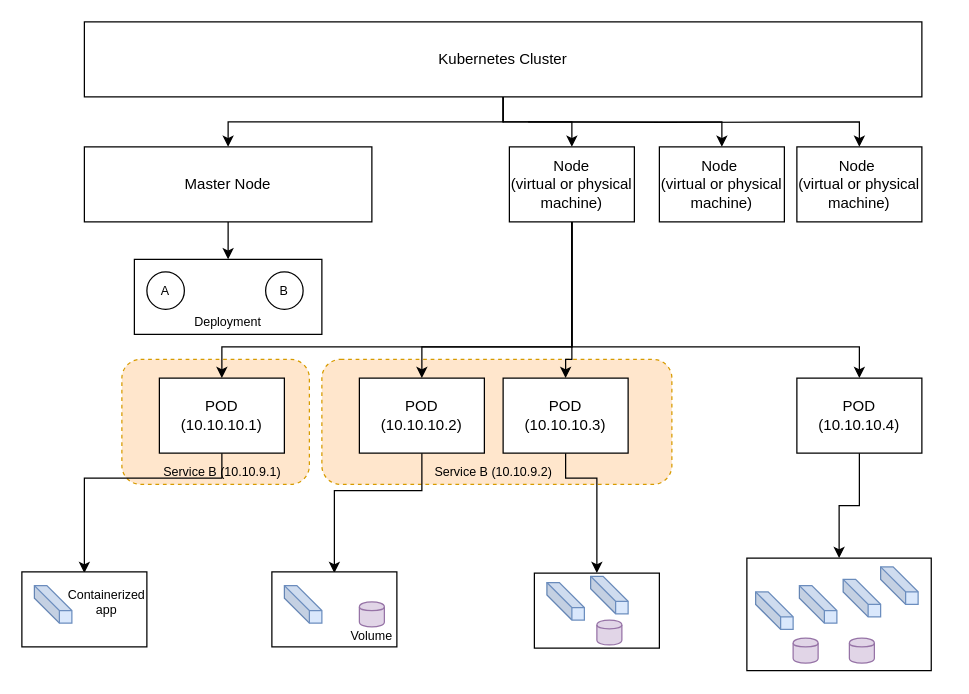
Before: page "Kubernetes_Cluster" (2 of 2) of kubernetes/Kubernetes_Cluster.drawio in micheal08/mylearningdata, a draw.io diagram. Source tidied: cells renumbered, new cells numbered last; positions are measured from the earlier drawing's top-left corner, leaving out a move shared by most shapes. Both pictures are drawn from the tidied source at 125%, with x=0, y=0 at pixel (21, 21).
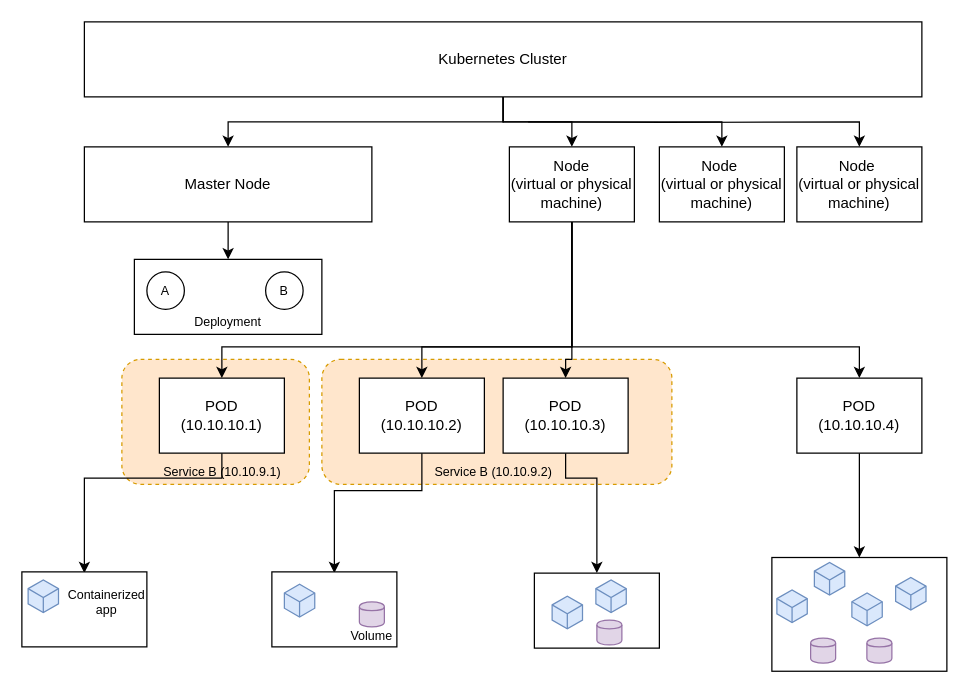
The same page after the edit.

Commit message:
Container image updated in k8s cluster page

Change to the diagram source:
```diff
@@
-    <mxCell id="28" style="shape=cube;whiteSpace=wrap;html=1;boundedLbl=1;backgroundOutline=1;darkOpacity=0.05;darkOpacity2=0.1;align=center;fillColor=#dae8fc;strokeColor=#6c8ebf;" parent="1" vertex="1">
-      <mxGeometry x="10" y="451" width="30" height="30" as="geometry" />
-    </mxCell>
     <mxCell id="29" style="rounded=0;whiteSpace=wrap;html=1;align=center;" parent="1" vertex="1">
-      <mxGeometry x="580" y="429" width="147.5" height="90" as="geometry" />
+      <mxGeometry x="600" y="428.5" width="140" height="91" as="geometry" />
     </mxCell>
-    <mxCell id="30" style="shape=cube;whiteSpace=wrap;html=1;boundedLbl=1;backgroundOutline=1;darkOpacity=0.05;darkOpacity2=0.1;align=center;fillColor=#dae8fc;strokeColor=#6c8ebf;" parent="1" vertex="1">
-      <mxGeometry x="587" y="456" width="30" height="30" as="geometry" />
-    </mxCell>
-    <mxCell id="31" style="shape=cube;whiteSpace=wrap;html=1;boundedLbl=1;backgroundOutline=1;darkOpacity=0.05;darkOpacity2=0.1;align=center;fillColor=#dae8fc;strokeColor=#6c8ebf;" parent="1" vertex="1">
-      <mxGeometry x="622" y="451" width="30" height="30" as="geometry" />
-    </mxCell>
-    <mxCell id="32" style="shape=cube;whiteSpace=wrap;html=1;boundedLbl=1;backgroundOutline=1;darkOpacity=0.05;darkOpacity2=0.1;align=center;fillColor=#dae8fc;strokeColor=#6c8ebf;" parent="1" vertex="1">
-      <mxGeometry x="657" y="446" width="30" height="30" as="geometry" />
-    </mxCell>
-    <mxCell id="33" style="shape=cube;whiteSpace=wrap;html=1;boundedLbl=1;backgroundOutline=1;darkOpacity=0.05;darkOpacity2=0.1;align=center;fillColor=#dae8fc;strokeColor=#6c8ebf;" parent="1" vertex="1">
-      <mxGeometry x="687" y="436" width="30" height="30" as="geometry" />
-    </mxCell>
     <mxCell id="34" style="shape=cylinder;whiteSpace=wrap;html=1;boundedLbl=1;backgroundOutline=1;align=center;fillColor=#e1d5e7;strokeColor=#9673a6;" parent="1" vertex="1">
-      <mxGeometry x="617" y="493" width="20" height="20" as="geometry" />
+      <mxGeometry x="631" y="493" width="20" height="20" as="geometry" />
     </mxCell>
     <mxCell id="35" style="shape=cylinder;whiteSpace=wrap;html=1;boundedLbl=1;backgroundOutline=1;align=center;fillColor=#e1d5e7;strokeColor=#9673a6;" parent="1" vertex="1">
-      <mxGeometry x="662" y="493" width="20" height="20" as="geometry" />
+      <mxGeometry x="676" y="493" width="20" height="20" as="geometry" />
     </mxCell>
@@
-    <mxCell id="38" style="shape=cube;whiteSpace=wrap;html=1;boundedLbl=1;backgroundOutline=1;darkOpacity=0.05;darkOpacity2=0.1;align=center;fillColor=#dae8fc;strokeColor=#6c8ebf;" parent="1" vertex="1">
-      <mxGeometry x="420" y="448.5" width="30" height="30" as="geometry" />
-    </mxCell>
-    <mxCell id="39" style="shape=cube;whiteSpace=wrap;html=1;boundedLbl=1;backgroundOutline=1;darkOpacity=0.05;darkOpacity2=0.1;align=center;fillColor=#dae8fc;strokeColor=#6c8ebf;" parent="1" vertex="1">
-      <mxGeometry x="455" y="443.5" width="30" height="30" as="geometry" />
-    </mxCell>
@@
-    <mxCell id="42" style="shape=cube;whiteSpace=wrap;html=1;boundedLbl=1;backgroundOutline=1;darkOpacity=0.05;darkOpacity2=0.1;align=center;fillColor=#dae8fc;strokeColor=#6c8ebf;" parent="1" vertex="1">
-      <mxGeometry x="210" y="451" width="30" height="30" as="geometry" />
-    </mxCell>
@@
+    <mxCell id="50" style="html=1;whiteSpace=wrap;shape=isoCube;backgroundOutline=1;fillColor=#dae8fc;strokeColor=#6c8ebf;strokeWidth=1;" parent="1" vertex="1">
+      <mxGeometry x="5" y="446" width="24.3" height="27" as="geometry" />
+    </mxCell>
+    <mxCell id="51" style="html=1;whiteSpace=wrap;shape=isoCube;backgroundOutline=1;fillColor=#dae8fc;strokeColor=#6c8ebf;strokeWidth=1;" parent="1" vertex="1">
+      <mxGeometry x="210" y="449.5" width="24.3" height="27" as="geometry" />
+    </mxCell>
+    <mxCell id="52" style="html=1;whiteSpace=wrap;shape=isoCube;backgroundOutline=1;fillColor=#dae8fc;strokeColor=#6c8ebf;strokeWidth=1;" parent="1" vertex="1">
+      <mxGeometry x="424.2" y="459" width="24.3" height="27" as="geometry" />
+    </mxCell>
+    <mxCell id="53" style="html=1;whiteSpace=wrap;shape=isoCube;backgroundOutline=1;fillColor=#dae8fc;strokeColor=#6c8ebf;strokeWidth=1;" parent="1" vertex="1">
+      <mxGeometry x="459.2" y="446" width="24.3" height="27" as="geometry" />
+    </mxCell>
+    <mxCell id="54" style="html=1;whiteSpace=wrap;shape=isoCube;backgroundOutline=1;fillColor=#dae8fc;strokeColor=#6c8ebf;strokeWidth=1;" parent="1" vertex="1">
+      <mxGeometry x="664" y="456.5" width="24.3" height="27" as="geometry" />
+    </mxCell>
+    <mxCell id="55" style="html=1;whiteSpace=wrap;shape=isoCube;backgroundOutline=1;fillColor=#dae8fc;strokeColor=#6c8ebf;strokeWidth=1;" parent="1" vertex="1">
+      <mxGeometry x="699" y="444" width="24.3" height="27" as="geometry" />
+    </mxCell>
+    <mxCell id="56" style="html=1;whiteSpace=wrap;shape=isoCube;backgroundOutline=1;fillColor=#dae8fc;strokeColor=#6c8ebf;strokeWidth=1;" parent="1" vertex="1">
+      <mxGeometry x="604" y="454" width="24.3" height="27" as="geometry" />
+    </mxCell>
+    <mxCell id="57" style="html=1;whiteSpace=wrap;shape=isoCube;backgroundOutline=1;fillColor=#dae8fc;strokeColor=#6c8ebf;strokeWidth=1;" parent="1" vertex="1">
+      <mxGeometry x="634" y="432" width="24.3" height="27" as="geometry" />
+    </mxCell>
```
